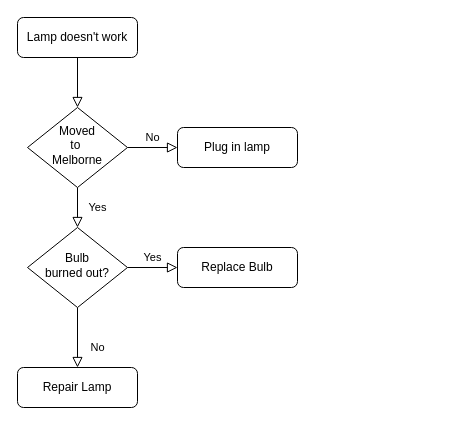
This is Week 14 Folder/Untitled Diagram.drawio from Manykeystrikes/Project-work, a draw.io file, before an edit. Source tidied: cells renumbered, new cells numbered last; positions are measured from the earlier drawing's top-left corner, leaving out a move shared by most shapes. Both pictures are drawn from the tidied source at 100%, with x=0, y=0 at pixel (17, 17).
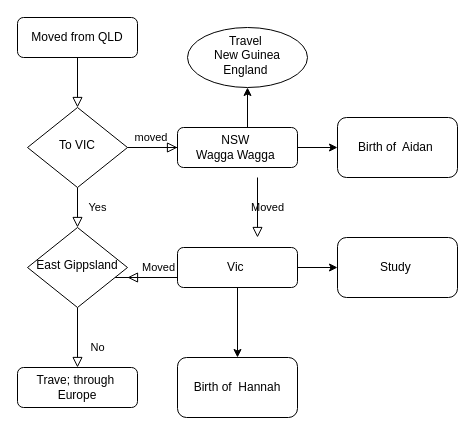
The same page after the edit.

Diff of the diagram source:
```diff
@@
-    <mxCell id="3" value="Lamp doesn't work" style="rounded=1;whiteSpace=wrap;html=1;fontSize=12;glass=0;strokeWidth=1;shadow=0;" parent="1" vertex="1">
+    <mxCell id="3" value="Moved from QLD" style="rounded=1;whiteSpace=wrap;html=1;fontSize=12;glass=0;strokeWidth=1;shadow=0;" parent="1" vertex="1">
       <mxGeometry width="120" height="40" as="geometry" />
     </mxCell>
@@
-    <mxCell id="5" value="No" style="edgeStyle=orthogonalEdgeStyle;rounded=0;html=1;jettySize=auto;fontSize=11;endArrow=block;endFill=0;endSize=8;strokeWidth=1;shadow=0;labelBackgroundColor=none;" parent="1" edge="1" source="6" target="7">
+    <mxCell id="5" value="moved&amp;nbsp;" style="edgeStyle=orthogonalEdgeStyle;rounded=0;html=1;jettySize=auto;fontSize=11;endArrow=block;endFill=0;endSize=8;strokeWidth=1;shadow=0;labelBackgroundColor=none;" parent="1" edge="1" source="6" target="7">
       <mxGeometry y="10" relative="1" as="geometry" />
     </mxCell>
+    <mxCell id="13" style="edgeStyle=orthogonalEdgeStyle;rounded=0;jettySize=auto;html=1;" parent="1" edge="1" source="6" target="21">
+      <mxGeometry relative="1" as="geometry" />
+    </mxCell>
-    <mxCell id="6" value="Moved&lt;br&gt;to&amp;nbsp;&lt;br&gt;Melborne" style="rhombus;whiteSpace=wrap;html=1;shadow=0;fontFamily=Helvetica;fontSize=12;align=center;strokeWidth=1;spacing=6;spacingTop=-4;" parent="1" vertex="1">
+    <mxCell id="6" value="To VIC" style="rhombus;whiteSpace=wrap;html=1;shadow=0;fontFamily=Helvetica;fontSize=12;align=center;strokeWidth=1;spacing=6;spacingTop=-4;" parent="1" vertex="1">
       <mxGeometry x="10" y="90" width="100" height="80" as="geometry" />
     </mxCell>
+    <mxCell id="14" style="edgeStyle=orthogonalEdgeStyle;rounded=0;jettySize=auto;html=1;" parent="1" edge="1" source="7" target="19">
+      <mxGeometry relative="1" as="geometry" />
+    </mxCell>
-    <mxCell id="7" value="Plug in lamp" style="rounded=1;whiteSpace=wrap;html=1;fontSize=12;glass=0;strokeWidth=1;shadow=0;" parent="1" vertex="1">
+    <mxCell id="7" value="NSW&amp;nbsp;&lt;br&gt;Wagga Wagga&amp;nbsp;" style="rounded=1;whiteSpace=wrap;html=1;fontSize=12;glass=0;strokeWidth=1;shadow=0;" parent="1" vertex="1">
       <mxGeometry x="160" y="110" width="120" height="40" as="geometry" />
     </mxCell>
@@
-    <mxCell id="9" value="Yes" style="edgeStyle=orthogonalEdgeStyle;rounded=0;html=1;jettySize=auto;fontSize=11;endArrow=block;endFill=0;endSize=8;strokeWidth=1;shadow=0;labelBackgroundColor=none;" parent="1" edge="1" source="10" target="12">
-      <mxGeometry y="10" relative="1" as="geometry" />
+    <mxCell id="9" value="Moved" style="edgeStyle=orthogonalEdgeStyle;rounded=0;html=1;jettySize=auto;fontSize=11;endArrow=block;endFill=0;endSize=8;strokeWidth=1;shadow=0;labelBackgroundColor=none;" parent="1" edge="1" source="10">
+      <mxGeometry x="0.47" y="-10" relative="1" as="geometry">
+        <mxPoint x="110" y="260" as="targetPoint" />
+        <Array as="points">
+          <mxPoint x="160" y="260" />
+          <mxPoint x="160" y="260" />
+        </Array>
+        <mxPoint x="1" as="offset" />
+      </mxGeometry>
     </mxCell>
-    <mxCell id="10" value="Bulb&lt;br&gt;burned out?" style="rhombus;whiteSpace=wrap;html=1;shadow=0;fontFamily=Helvetica;fontSize=12;align=center;strokeWidth=1;spacing=6;spacingTop=-4;" parent="1" vertex="1">
+    <mxCell id="10" value="East Gippsland" style="rhombus;whiteSpace=wrap;html=1;shadow=0;fontFamily=Helvetica;fontSize=12;align=center;strokeWidth=1;spacing=6;spacingTop=-4;" parent="1" vertex="1">
       <mxGeometry x="10" y="210" width="100" height="80" as="geometry" />
     </mxCell>
-    <mxCell id="11" value="Repair Lamp" style="rounded=1;whiteSpace=wrap;html=1;fontSize=12;glass=0;strokeWidth=1;shadow=0;" parent="1" vertex="1">
+    <mxCell id="11" value="Trave; through&amp;nbsp;&lt;br&gt;Europe" style="rounded=1;whiteSpace=wrap;html=1;fontSize=12;glass=0;strokeWidth=1;shadow=0;" parent="1" vertex="1">
       <mxGeometry y="350" width="120" height="40" as="geometry" />
     </mxCell>
+    <mxCell id="15" style="edgeStyle=orthogonalEdgeStyle;rounded=0;jettySize=auto;html=1;" parent="1" edge="1" source="12" target="18">
+      <mxGeometry relative="1" as="geometry" />
+    </mxCell>
+    <mxCell id="16" style="edgeStyle=orthogonalEdgeStyle;rounded=0;jettySize=auto;html=1;" parent="1" edge="1" source="12" target="20">
+      <mxGeometry relative="1" as="geometry" />
+    </mxCell>
-    <mxCell id="12" value="Replace Bulb" style="rounded=1;whiteSpace=wrap;html=1;fontSize=12;glass=0;strokeWidth=1;shadow=0;" parent="1" vertex="1">
+    <mxCell id="12" value="Vic&amp;nbsp;" style="rounded=1;whiteSpace=wrap;html=1;fontSize=12;glass=0;strokeWidth=1;shadow=0;" parent="1" vertex="1">
       <mxGeometry x="160" y="230" width="120" height="40" as="geometry" />
     </mxCell>
+    <mxCell id="17" value="Moved" style="edgeStyle=orthogonalEdgeStyle;rounded=0;html=1;jettySize=auto;orthogonalLoop=1;fontSize=11;endArrow=block;endFill=0;endSize=8;strokeWidth=1;shadow=0;labelBackgroundColor=none;" parent="1" edge="1">
+      <mxGeometry y="10" relative="1" as="geometry">
+        <mxPoint x="240" y="160" as="sourcePoint" />
+        <mxPoint x="240" y="220" as="targetPoint" />
+      </mxGeometry>
+    </mxCell>
+    <mxCell id="18" value="Study&amp;nbsp;" style="whiteSpace=wrap;html=1;rounded=1;glass=0;strokeWidth=1;shadow=0;" parent="1" vertex="1">
+      <mxGeometry x="320" y="220" width="120" height="60" as="geometry" />
+    </mxCell>
+    <mxCell id="19" value="Birth of&amp;nbsp; Aidan&amp;nbsp;" style="whiteSpace=wrap;html=1;rounded=1;glass=0;strokeWidth=1;shadow=0;" parent="1" vertex="1">
+      <mxGeometry x="320" y="100" width="120" height="60" as="geometry" />
+    </mxCell>
+    <mxCell id="20" value="Birth of&amp;nbsp; Hannah" style="whiteSpace=wrap;html=1;rounded=1;glass=0;strokeWidth=1;shadow=0;" parent="1" vertex="1">
+      <mxGeometry x="160" y="340" width="120" height="60" as="geometry" />
+    </mxCell>
+    <mxCell id="21" value="Travel&amp;nbsp;&lt;br&gt;New Guinea&lt;br&gt;England&amp;nbsp;" style="ellipse;whiteSpace=wrap;html=1;shadow=0;strokeWidth=1;spacing=6;spacingTop=-4;" parent="1" vertex="1">
+      <mxGeometry x="170" y="10" width="120" height="60" as="geometry" />
+    </mxCell>
```
